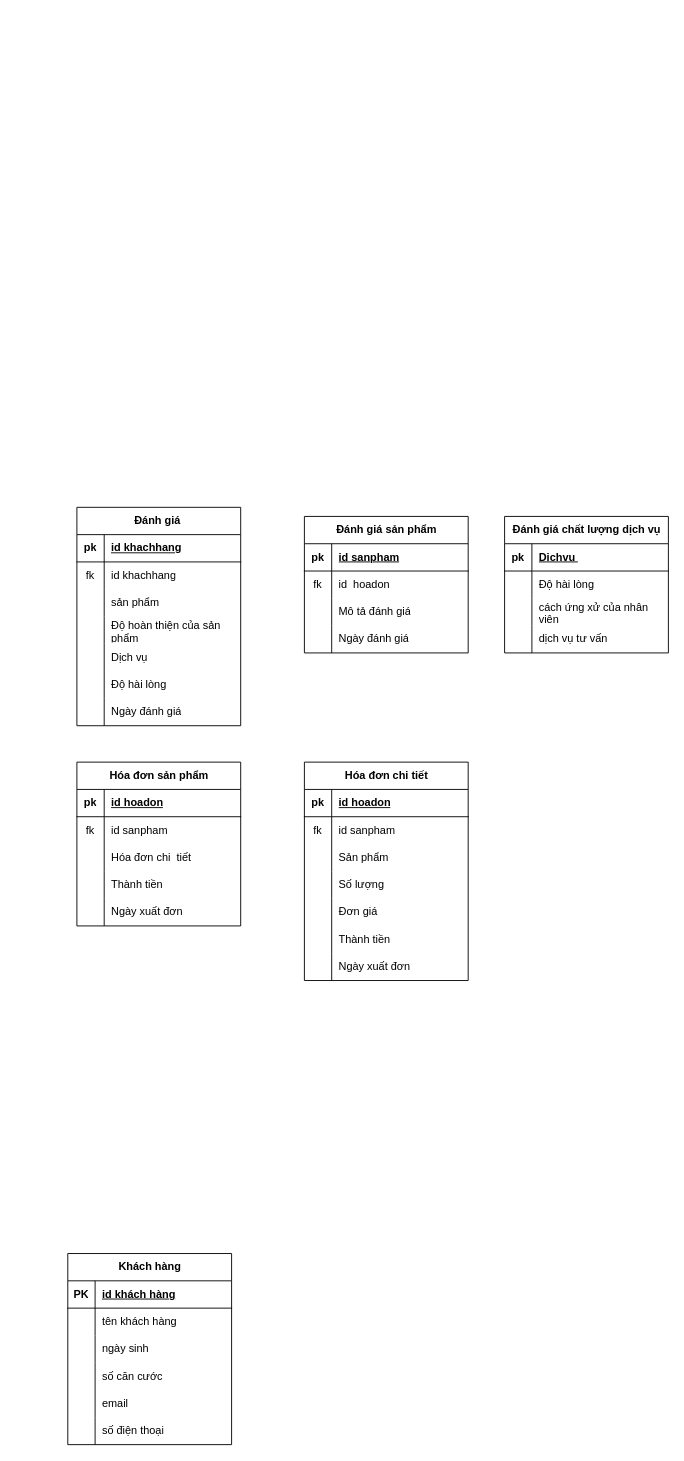
This is page "Khách hàng" (6 of 7) of DuAnNhom.drawio from khai520/DuAnNhom, a draw.io file, before an edit. Source tidied: cells renumbered, new cells numbered last; positions are measured from the earlier drawing's top-left corner, leaving out a move shared by most shapes. Both pictures are drawn from the tidied source at 91%, with x=0, y=0 at pixel (67, 507).
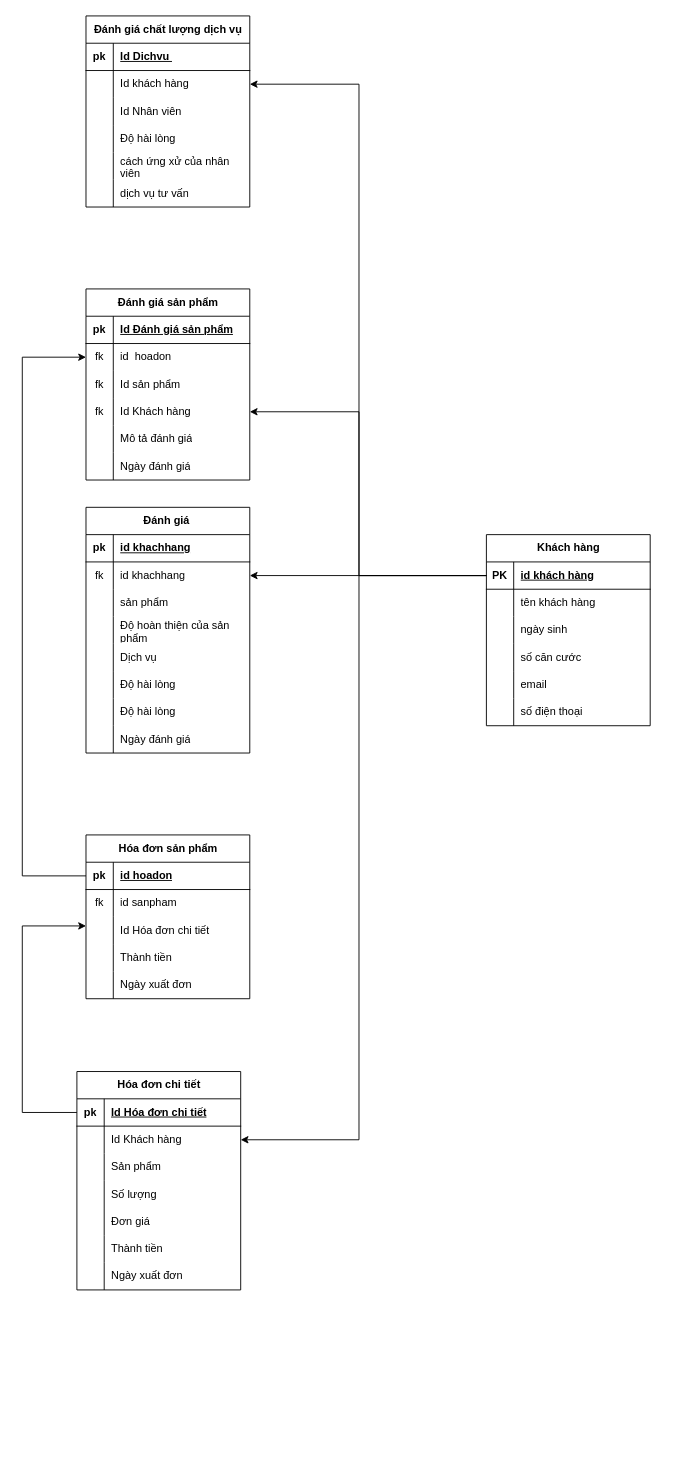
The same diagram, later.

Unchanged cells that the change refers to:
```xml
<mxCell id="3" style="shape=tableRow;horizontal=0;startSize=0;swimlaneHead=0;swimlaneBody=0;fillColor=none;points=[[0,0.5],[1,0.5]];portConstraint=eastwest;top=0;left=0;right=0;bottom=1;" parent="2" vertex="1">
  <mxGeometry y="30" width="180" height="30" as="geometry" />
</mxCell>
<mxCell id="9" style="shape=tableRow;horizontal=0;startSize=0;swimlaneHead=0;swimlaneBody=0;fillColor=none;points=[[0,0.5],[1,0.5]];portConstraint=eastwest;top=0;left=0;right=0;bottom=0;" parent="2" vertex="1">
  <mxGeometry y="90" width="180" height="30" as="geometry" />
</mxCell>
<mxCell id="19" style="shape=tableRow;horizontal=0;startSize=0;swimlaneHead=0;swimlaneBody=0;fillColor=none;points=[[0,0.5],[1,0.5]];portConstraint=eastwest;top=0;left=0;right=0;bottom=1;" parent="18" vertex="1">
  <mxGeometry y="30" width="180" height="30" as="geometry" />
</mxCell>
<mxCell id="41" style="shape=tableRow;horizontal=0;startSize=0;swimlaneHead=0;swimlaneBody=0;fillColor=none;points=[[0,0.5],[1,0.5]];portConstraint=eastwest;top=0;left=0;right=0;bottom=1;" parent="40" vertex="1">
  <mxGeometry y="30" width="180" height="30" as="geometry" />
</mxCell>
<mxCell id="63" style="shape=tableRow;horizontal=0;startSize=0;swimlaneHead=0;swimlaneBody=0;fillColor=none;points=[[0,0.5],[1,0.5]];portConstraint=eastwest;top=0;left=0;right=0;bottom=0;" parent="59" vertex="1">
  <mxGeometry y="60" width="180" height="30" as="geometry" />
</mxCell>
<mxCell id="82" style="shape=tableRow;horizontal=0;startSize=0;swimlaneHead=0;swimlaneBody=0;fillColor=none;top=0;left=0;right=0;bottom=1;" parent="81" vertex="1">
  <mxGeometry y="30" width="180" height="30" as="geometry" />
</mxCell>
<mxCell id="95" style="shape=tableRow;horizontal=0;startSize=0;swimlaneHead=0;swimlaneBody=0;fillColor=none;top=0;left=0;right=0;bottom=1;" parent="94" vertex="1">
  <mxGeometry y="30" width="180" height="30" as="geometry" />
</mxCell>
<mxCell id="98" style="shape=tableRow;horizontal=0;startSize=0;swimlaneHead=0;swimlaneBody=0;fillColor=none;points=[[0,0.5],[1,0.5]];portConstraint=eastwest;top=0;left=0;right=0;bottom=0;" parent="94" vertex="1">
  <mxGeometry y="60" width="180" height="30" as="geometry" />
</mxCell>
```

Change to the diagram source:
```diff
@@
     <mxCell id="2" value="Hóa đơn sản phẩm" style="shape=table;startSize=30;childLayout=tableLayout;rowLines=0;fontStyle=1;align=center;html=1;" parent="1" vertex="1">
-      <mxGeometry x="10" y="280" width="180" height="180" as="geometry" />
+      <mxGeometry x="20" y="360" width="180" height="180" as="geometry" />
     </mxCell>
@@
-    <mxCell id="6" style="shape=tableRow;horizontal=0;startSize=0;swimlaneHead=0;swimlaneBody=0;fillColor=none;top=0;left=0;right=0;bottom=0;" parent="2" vertex="1">
-      <mxGeometry y="60" width="180" height="30" as="geometry" />
-    </mxCell>
-    <mxCell id="7" value="fk" style="shape=partialRectangle;fillColor=none;top=0;left=0;bottom=0;right=0;overflow=hidden;whiteSpace=wrap;html=1;" parent="6" vertex="1">
-      <mxGeometry width="30" height="30" as="geometry" />
-    </mxCell>
-    <mxCell id="8" value="id sanpham" style="shape=partialRectangle;fillColor=none;top=0;left=0;bottom=0;right=0;align=left;spacingLeft=6;overflow=hidden;whiteSpace=wrap;html=1;" parent="6" vertex="1">
-      <mxGeometry x="30" width="150" height="30" as="geometry" />
-    </mxCell>
+    <mxCell id="107" style="shape=tableRow;horizontal=0;startSize=0;swimlaneHead=0;swimlaneBody=0;fillColor=none;top=0;left=0;right=0;bottom=0;" parent="2" vertex="1">
+      <mxGeometry y="60" width="180" height="30" as="geometry" />
+    </mxCell>
+    <mxCell id="108" value="fk" style="shape=partialRectangle;fillColor=none;top=0;left=0;bottom=0;right=0;overflow=hidden;whiteSpace=wrap;html=1;" parent="107" vertex="1">
+      <mxGeometry width="30" height="30" as="geometry" />
+    </mxCell>
+    <mxCell id="109" value="id sanpham" style="shape=partialRectangle;fillColor=none;top=0;left=0;bottom=0;right=0;align=left;spacingLeft=6;overflow=hidden;whiteSpace=wrap;html=1;" parent="107" vertex="1">
+      <mxGeometry x="30" width="150" height="30" as="geometry" />
+    </mxCell>
@@
-    <mxCell id="11" value="Hóa đơn chi&amp;nbsp; tiết" style="shape=partialRectangle;fillColor=none;top=0;left=0;bottom=0;right=0;align=left;spacingLeft=6;overflow=hidden;whiteSpace=wrap;html=1;" parent="9" vertex="1">
+    <mxCell id="11" value="Id Hóa đơn chi tiết" style="shape=partialRectangle;fillColor=none;top=0;left=0;bottom=0;right=0;align=left;spacingLeft=6;overflow=hidden;whiteSpace=wrap;html=1;" parent="9" vertex="1">
       <mxGeometry x="30" width="150" height="30" as="geometry" />
     </mxCell>
@@
     <mxCell id="18" value="Hóa đơn chi tiết" style="shape=table;startSize=30;childLayout=tableLayout;rowLines=0;fontStyle=1;align=center;html=1;" parent="1" vertex="1">
-      <mxGeometry x="260" y="280" width="180" height="240" as="geometry" />
+      <mxGeometry x="10" y="620" width="180" height="240" as="geometry" />
     </mxCell>
@@
-    <mxCell id="21" value="id hoadon" style="shape=partialRectangle;fillColor=none;top=0;left=0;bottom=0;right=0;align=left;spacingLeft=6;fontStyle=5;overflow=hidden;whiteSpace=wrap;html=1;" parent="19" vertex="1">
+    <mxCell id="21" value="Id Hóa đơn chi tiết" style="shape=partialRectangle;fillColor=none;top=0;left=0;bottom=0;right=0;align=left;spacingLeft=6;fontStyle=5;overflow=hidden;whiteSpace=wrap;html=1;" parent="19" vertex="1">
       <mxGeometry x="30" width="150" height="30" as="geometry" />
     </mxCell>
-    <mxCell id="22" style="shape=tableRow;horizontal=0;startSize=0;swimlaneHead=0;swimlaneBody=0;fillColor=none;top=0;left=0;right=0;bottom=0;" parent="18" vertex="1">
-      <mxGeometry y="60" width="180" height="30" as="geometry" />
-    </mxCell>
-    <mxCell id="23" value="fk" style="shape=partialRectangle;fillColor=none;top=0;left=0;bottom=0;right=0;overflow=hidden;whiteSpace=wrap;html=1;" parent="22" vertex="1">
-      <mxGeometry width="30" height="30" as="geometry" />
-    </mxCell>
-    <mxCell id="24" value="id sanpham" style="shape=partialRectangle;fillColor=none;top=0;left=0;bottom=0;right=0;align=left;spacingLeft=6;overflow=hidden;whiteSpace=wrap;html=1;" parent="22" vertex="1">
-      <mxGeometry x="30" width="150" height="30" as="geometry" />
-    </mxCell>
     <mxCell id="25" style="shape=tableRow;horizontal=0;startSize=0;swimlaneHead=0;swimlaneBody=0;fillColor=none;points=[[0,0.5],[1,0.5]];portConstraint=eastwest;top=0;left=0;right=0;bottom=0;" parent="18" vertex="1">
-      <mxGeometry y="90" width="180" height="30" as="geometry" />
+      <mxGeometry y="60" width="180" height="30" as="geometry" />
     </mxCell>
@@
-    <mxCell id="27" value="Sản phẩm&amp;nbsp;" style="shape=partialRectangle;fillColor=none;top=0;left=0;bottom=0;right=0;align=left;spacingLeft=6;overflow=hidden;whiteSpace=wrap;html=1;" parent="25" vertex="1">
+    <mxCell id="27" value="Id Khách hàng" style="shape=partialRectangle;fillColor=none;top=0;left=0;bottom=0;right=0;align=left;spacingLeft=6;overflow=hidden;whiteSpace=wrap;html=1;" parent="25" vertex="1">
       <mxGeometry x="30" width="150" height="30" as="geometry" />
     </mxCell>
+    <mxCell id="110" style="shape=tableRow;horizontal=0;startSize=0;swimlaneHead=0;swimlaneBody=0;fillColor=none;top=0;left=0;right=0;bottom=0;" parent="18" vertex="1">
+      <mxGeometry y="90" width="180" height="30" as="geometry" />
+    </mxCell>
+    <mxCell id="111" style="shape=partialRectangle;fillColor=none;top=0;left=0;bottom=0;right=0;overflow=hidden;whiteSpace=wrap;html=1;" parent="110" vertex="1">
+      <mxGeometry width="30" height="30" as="geometry" />
+    </mxCell>
+    <mxCell id="112" value="Sản phẩm&amp;nbsp;" style="shape=partialRectangle;fillColor=none;top=0;left=0;bottom=0;right=0;align=left;spacingLeft=6;overflow=hidden;whiteSpace=wrap;html=1;" parent="110" vertex="1">
+      <mxGeometry x="30" width="150" height="30" as="geometry" />
+    </mxCell>
@@
     <mxCell id="40" value="Khách hàng" style="shape=table;startSize=30;childLayout=tableLayout;rowLines=0;fontStyle=1;align=center;html=1;" parent="1" vertex="1">
-      <mxGeometry y="820" width="180" height="210" as="geometry" />
+      <mxGeometry x="460" y="30" width="180" height="210" as="geometry" />
     </mxCell>
@@
     <mxCell id="59" value="Đánh giá&amp;nbsp;" style="shape=table;startSize=30;childLayout=tableLayout;rowLines=0;fontStyle=1;align=center;html=1;" parent="1" vertex="1">
-      <mxGeometry x="10" width="180" height="240" as="geometry" />
+      <mxGeometry x="20" width="180" height="270" as="geometry" />
     </mxCell>
@@
+    <mxCell id="113" style="shape=tableRow;horizontal=0;startSize=0;swimlaneHead=0;swimlaneBody=0;fillColor=none;top=0;left=0;right=0;bottom=0;" parent="59" vertex="1">
+      <mxGeometry y="210" width="180" height="30" as="geometry" />
+    </mxCell>
+    <mxCell id="114" style="shape=partialRectangle;fillColor=none;top=0;left=0;bottom=0;right=0;overflow=hidden;whiteSpace=wrap;html=1;" parent="113" vertex="1">
+      <mxGeometry width="30" height="30" as="geometry" />
+    </mxCell>
+    <mxCell id="115" value="Độ hài lòng&amp;nbsp;" style="shape=partialRectangle;fillColor=none;top=0;left=0;bottom=0;right=0;align=left;spacingLeft=6;overflow=hidden;whiteSpace=wrap;html=1;" parent="113" vertex="1">
+      <mxGeometry x="30" width="150" height="30" as="geometry" />
+    </mxCell>
     <mxCell id="78" style="shape=tableRow;horizontal=0;startSize=0;swimlaneHead=0;swimlaneBody=0;fillColor=none;top=0;left=0;right=0;bottom=0;" parent="59" vertex="1">
-      <mxGeometry y="210" width="180" height="30" as="geometry" />
+      <mxGeometry y="240" width="180" height="30" as="geometry" />
     </mxCell>
@@
     <mxCell id="81" value="Đánh giá sản phẩm" style="shape=table;startSize=30;childLayout=tableLayout;rowLines=0;fontStyle=1;align=center;html=1;" parent="1" vertex="1">
-      <mxGeometry x="260" y="10" width="180" height="150" as="geometry" />
+      <mxGeometry x="20" y="-240" width="180" height="210" as="geometry" />
     </mxCell>
@@
-    <mxCell id="84" value="id sanpham" style="shape=partialRectangle;fillColor=none;top=0;left=0;bottom=0;right=0;align=left;spacingLeft=6;fontStyle=5;overflow=hidden;whiteSpace=wrap;html=1;" parent="82" vertex="1">
+    <mxCell id="84" value="Id Đánh giá sản phẩm" style="shape=partialRectangle;fillColor=none;top=0;left=0;bottom=0;right=0;align=left;spacingLeft=6;fontStyle=5;overflow=hidden;whiteSpace=wrap;html=1;" parent="82" vertex="1">
       <mxGeometry x="30" width="150" height="30" as="geometry" />
     </mxCell>
+    <mxCell id="116" style="shape=tableRow;horizontal=0;startSize=0;swimlaneHead=0;swimlaneBody=0;fillColor=none;points=[[0,0.5],[1,0.5]];portConstraint=eastwest;top=0;left=0;right=0;bottom=0;" parent="81" vertex="1">
+      <mxGeometry y="60" width="180" height="30" as="geometry" />
+    </mxCell>
+    <mxCell id="117" value="fk" style="shape=partialRectangle;fillColor=none;top=0;left=0;bottom=0;right=0;overflow=hidden;whiteSpace=wrap;html=1;" parent="116" vertex="1">
+      <mxGeometry width="30" height="30" as="geometry" />
+    </mxCell>
+    <mxCell id="118" value="id&amp;nbsp; hoadon" style="shape=partialRectangle;fillColor=none;top=0;left=0;bottom=0;right=0;align=left;spacingLeft=6;overflow=hidden;whiteSpace=wrap;html=1;" parent="116" vertex="1">
+      <mxGeometry x="30" width="150" height="30" as="geometry" />
+    </mxCell>
+    <mxCell id="119" style="shape=tableRow;horizontal=0;startSize=0;swimlaneHead=0;swimlaneBody=0;fillColor=none;top=0;left=0;right=0;bottom=0;" parent="81" vertex="1">
+      <mxGeometry y="90" width="180" height="30" as="geometry" />
+    </mxCell>
+    <mxCell id="120" value="fk" style="shape=partialRectangle;fillColor=none;top=0;left=0;bottom=0;right=0;overflow=hidden;whiteSpace=wrap;html=1;" parent="119" vertex="1">
+      <mxGeometry width="30" height="30" as="geometry" />
+    </mxCell>
+    <mxCell id="121" value="Id sản phẩm" style="shape=partialRectangle;fillColor=none;top=0;left=0;bottom=0;right=0;align=left;spacingLeft=6;overflow=hidden;whiteSpace=wrap;html=1;" parent="119" vertex="1">
+      <mxGeometry x="30" width="150" height="30" as="geometry" />
+    </mxCell>
     <mxCell id="85" style="shape=tableRow;horizontal=0;startSize=0;swimlaneHead=0;swimlaneBody=0;fillColor=none;points=[[0,0.5],[1,0.5]];portConstraint=eastwest;top=0;left=0;right=0;bottom=0;" parent="81" vertex="1">
-      <mxGeometry y="60" width="180" height="30" as="geometry" />
+      <mxGeometry y="120" width="180" height="30" as="geometry" />
     </mxCell>
@@
-    <mxCell id="87" value="id&amp;nbsp; hoadon" style="shape=partialRectangle;fillColor=none;top=0;left=0;bottom=0;right=0;align=left;spacingLeft=6;overflow=hidden;whiteSpace=wrap;html=1;" parent="85" vertex="1">
+    <mxCell id="87" value="Id Khách hàng" style="shape=partialRectangle;fillColor=none;top=0;left=0;bottom=0;right=0;align=left;spacingLeft=6;overflow=hidden;whiteSpace=wrap;html=1;" parent="85" vertex="1">
       <mxGeometry x="30" width="150" height="30" as="geometry" />
     </mxCell>
     <mxCell id="88" style="shape=tableRow;horizontal=0;startSize=0;swimlaneHead=0;swimlaneBody=0;fillColor=none;top=0;left=0;right=0;bottom=0;" parent="81" vertex="1">
-      <mxGeometry y="90" width="180" height="30" as="geometry" />
+      <mxGeometry y="150" width="180" height="30" as="geometry" />
     </mxCell>
@@
     <mxCell id="91" style="shape=tableRow;horizontal=0;startSize=0;swimlaneHead=0;swimlaneBody=0;fillColor=none;top=0;left=0;right=0;bottom=0;" parent="81" vertex="1">
-      <mxGeometry y="120" width="180" height="30" as="geometry" />
+      <mxGeometry y="180" width="180" height="30" as="geometry" />
     </mxCell>
@@
     <mxCell id="94" value="Đánh giá chất lượng dịch vụ" style="shape=table;startSize=30;childLayout=tableLayout;rowLines=0;fontStyle=1;align=center;html=1;" parent="1" vertex="1">
-      <mxGeometry x="480" y="10" width="180" height="150" as="geometry" />
+      <mxGeometry x="20" y="-540" width="180" height="210" as="geometry" />
     </mxCell>
@@
-    <mxCell id="97" value="Dichvu&amp;nbsp;" style="shape=partialRectangle;fillColor=none;top=0;left=0;bottom=0;right=0;align=left;spacingLeft=6;fontStyle=5;overflow=hidden;whiteSpace=wrap;html=1;" parent="95" vertex="1">
+    <mxCell id="97" value="Id Dichvu&amp;nbsp;" style="shape=partialRectangle;fillColor=none;top=0;left=0;bottom=0;right=0;align=left;spacingLeft=6;fontStyle=5;overflow=hidden;whiteSpace=wrap;html=1;" parent="95" vertex="1">
       <mxGeometry x="30" width="150" height="30" as="geometry" />
     </mxCell>
@@
-    <mxCell id="100" value="Độ hài lòng" style="shape=partialRectangle;fillColor=none;top=0;left=0;bottom=0;right=0;align=left;spacingLeft=6;overflow=hidden;whiteSpace=wrap;html=1;" parent="98" vertex="1">
+    <mxCell id="100" value="Id khách hàng" style="shape=partialRectangle;fillColor=none;top=0;left=0;bottom=0;right=0;align=left;spacingLeft=6;overflow=hidden;whiteSpace=wrap;html=1;" parent="98" vertex="1">
       <mxGeometry x="30" width="150" height="30" as="geometry" />
     </mxCell>
+    <mxCell id="122" style="shape=tableRow;horizontal=0;startSize=0;swimlaneHead=0;swimlaneBody=0;fillColor=none;top=0;left=0;right=0;bottom=0;" parent="94" vertex="1">
+      <mxGeometry y="90" width="180" height="30" as="geometry" />
+    </mxCell>
+    <mxCell id="123" style="shape=partialRectangle;fillColor=none;top=0;left=0;bottom=0;right=0;overflow=hidden;whiteSpace=wrap;html=1;" parent="122" vertex="1">
+      <mxGeometry width="30" height="30" as="geometry" />
+    </mxCell>
+    <mxCell id="124" value="Id Nhân viên" style="shape=partialRectangle;fillColor=none;top=0;left=0;bottom=0;right=0;align=left;spacingLeft=6;overflow=hidden;whiteSpace=wrap;html=1;" parent="122" vertex="1">
+      <mxGeometry x="30" width="150" height="30" as="geometry" />
+    </mxCell>
+    <mxCell id="125" style="shape=tableRow;horizontal=0;startSize=0;swimlaneHead=0;swimlaneBody=0;fillColor=none;top=0;left=0;right=0;bottom=0;" parent="94" vertex="1">
+      <mxGeometry y="120" width="180" height="30" as="geometry" />
+    </mxCell>
+    <mxCell id="126" style="shape=partialRectangle;fillColor=none;top=0;left=0;bottom=0;right=0;overflow=hidden;whiteSpace=wrap;html=1;" parent="125" vertex="1">
+      <mxGeometry width="30" height="30" as="geometry" />
+    </mxCell>
+    <mxCell id="127" value="Độ hài lòng" style="shape=partialRectangle;fillColor=none;top=0;left=0;bottom=0;right=0;align=left;spacingLeft=6;overflow=hidden;whiteSpace=wrap;html=1;" parent="125" vertex="1">
+      <mxGeometry x="30" width="150" height="30" as="geometry" />
+    </mxCell>
     <mxCell id="101" style="shape=tableRow;horizontal=0;startSize=0;swimlaneHead=0;swimlaneBody=0;fillColor=none;top=0;left=0;right=0;bottom=0;" parent="94" vertex="1">
-      <mxGeometry y="90" width="180" height="30" as="geometry" />
+      <mxGeometry y="150" width="180" height="30" as="geometry" />
     </mxCell>
@@
     <mxCell id="104" style="shape=tableRow;horizontal=0;startSize=0;swimlaneHead=0;swimlaneBody=0;fillColor=none;top=0;left=0;right=0;bottom=0;" parent="94" vertex="1">
-      <mxGeometry y="120" width="180" height="30" as="geometry" />
+      <mxGeometry y="180" width="180" height="30" as="geometry" />
     </mxCell>
@@
+    <mxCell id="128" style="edgeStyle=orthogonalEdgeStyle;rounded=0;jettySize=auto;html=1;" parent="1" edge="1" source="19" target="9">
+      <mxGeometry relative="1" as="geometry">
+        <Array as="points">
+          <mxPoint x="-50" y="665" />
+          <mxPoint x="-50" y="460" />
+        </Array>
+      </mxGeometry>
+    </mxCell>
+    <mxCell id="129" style="edgeStyle=orthogonalEdgeStyle;rounded=0;jettySize=auto;html=1;" parent="1" edge="1" source="41" target="63">
+      <mxGeometry relative="1" as="geometry" />
+    </mxCell>
+    <mxCell id="130" style="edgeStyle=orthogonalEdgeStyle;rounded=0;jettySize=auto;html=1;" parent="1" edge="1" source="41" target="85">
+      <mxGeometry relative="1" as="geometry">
+        <Array as="points">
+          <mxPoint x="320" y="75" />
+          <mxPoint x="320" y="-105" />
+        </Array>
+      </mxGeometry>
+    </mxCell>
+    <mxCell id="131" style="edgeStyle=orthogonalEdgeStyle;rounded=0;jettySize=auto;html=1;" parent="1" edge="1" source="41" target="25">
+      <mxGeometry relative="1" as="geometry">
+        <Array as="points">
+          <mxPoint x="320" y="75" />
+          <mxPoint x="320" y="695" />
+        </Array>
+      </mxGeometry>
+    </mxCell>
+    <mxCell id="132" style="edgeStyle=orthogonalEdgeStyle;rounded=0;jettySize=auto;html=1;" parent="1" edge="1" source="3" target="116">
+      <mxGeometry relative="1" as="geometry">
+        <Array as="points">
+          <mxPoint x="-50" y="405" />
+          <mxPoint x="-50" y="-165" />
+        </Array>
+      </mxGeometry>
+    </mxCell>
+    <mxCell id="133" style="edgeStyle=orthogonalEdgeStyle;rounded=0;jettySize=auto;html=1;" parent="1" edge="1" source="41" target="98">
+      <mxGeometry relative="1" as="geometry">
+        <Array as="points">
+          <mxPoint x="320" y="75" />
+          <mxPoint x="320" y="-465" />
+        </Array>
+      </mxGeometry>
+    </mxCell>
```
